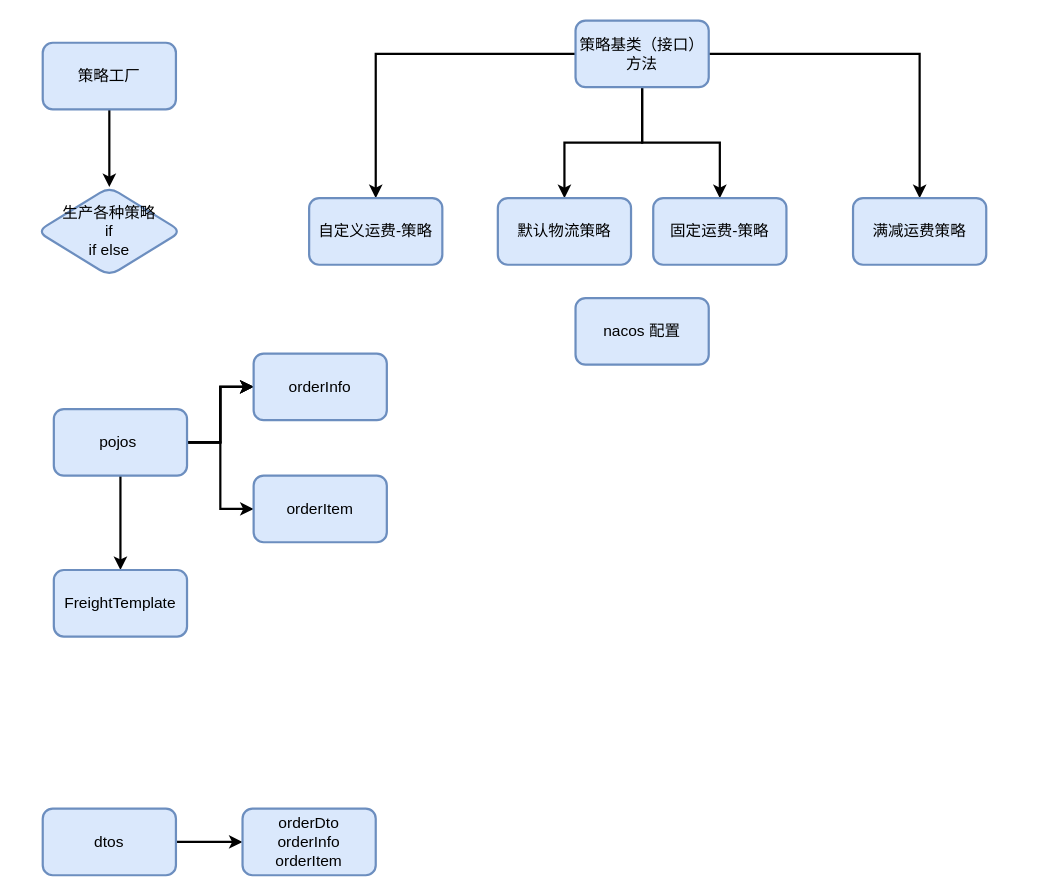
The draw.io diagram study_workplace/物流业务工厂+策略流程图.drawio in guoxinchen2g/HelloWrold, before the edit. Source tidied: cells renumbered, new cells numbered last; positions are measured from the earlier drawing's top-left corner, leaving out a move shared by most shapes. Both pictures are drawn from the tidied source at 111%, with x=0, y=0 at pixel (37, 20).
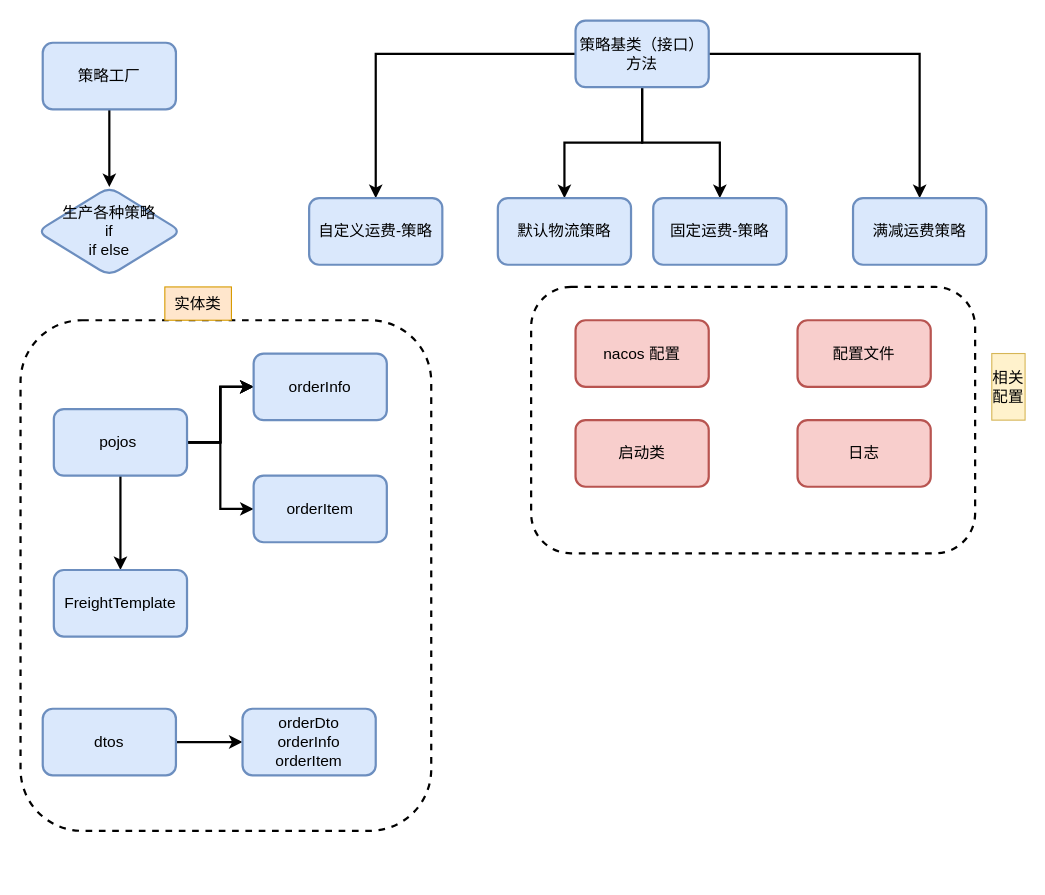
After the change.

Commit message (it also covers changes not shown here):
更新物流业务工厂+策略流程图.drawio

Diff of the diagram source:
```diff
@@
     <mxCell id="23" value="dtos" style="rounded=1;whiteSpace=wrap;html=1;strokeWidth=2;fontSize=14;fillColor=#dae8fc;strokeColor=#6c8ebf;" parent="1" vertex="1">
-      <mxGeometry x="5" y="710" width="120" height="60" as="geometry" />
+      <mxGeometry x="5" y="620" width="120" height="60" as="geometry" />
     </mxCell>
     <mxCell id="24" value="orderDto&lt;br&gt;orderInfo&lt;br&gt;orderItem" style="rounded=1;whiteSpace=wrap;html=1;strokeWidth=2;fontSize=14;fillColor=#dae8fc;strokeColor=#6c8ebf;" parent="1" vertex="1">
-      <mxGeometry x="185" y="710" width="120" height="60" as="geometry" />
+      <mxGeometry x="185" y="620" width="120" height="60" as="geometry" />
     </mxCell>
-    <mxCell id="25" value="nacos 配置" style="rounded=1;whiteSpace=wrap;html=1;strokeWidth=2;fontSize=14;fillColor=#dae8fc;strokeColor=#6c8ebf;" parent="1" vertex="1">
-      <mxGeometry x="485" y="250" width="120" height="60" as="geometry" />
+    <mxCell id="25" value="nacos 配置" style="rounded=1;whiteSpace=wrap;html=1;strokeWidth=2;fontSize=14;fillColor=#f8cecc;strokeColor=#b85450;" parent="1" vertex="1">
+      <mxGeometry x="485" y="270" width="120" height="60" as="geometry" />
     </mxCell>
@@
+    <mxCell id="27" value="启动类" style="rounded=1;whiteSpace=wrap;html=1;strokeWidth=2;fontSize=14;fillColor=#f8cecc;strokeColor=#b85450;" parent="1" vertex="1">
+      <mxGeometry x="485" y="360" width="120" height="60" as="geometry" />
+    </mxCell>
+    <mxCell id="28" value="配置文件" style="rounded=1;whiteSpace=wrap;html=1;strokeWidth=2;fontSize=14;fillColor=#f8cecc;strokeColor=#b85450;" parent="1" vertex="1">
+      <mxGeometry x="685" y="270" width="120" height="60" as="geometry" />
+    </mxCell>
+    <mxCell id="29" value="日志" style="rounded=1;whiteSpace=wrap;html=1;strokeWidth=2;fontSize=14;fillColor=#f8cecc;strokeColor=#b85450;" parent="1" vertex="1">
+      <mxGeometry x="685" y="360" width="120" height="60" as="geometry" />
+    </mxCell>
+    <mxCell id="30" style="rounded=1;whiteSpace=wrap;html=1;fontSize=14;strokeWidth=2;fillColor=none;dashed=1;" parent="1" vertex="1">
+      <mxGeometry x="-15" y="270" width="370" height="460" as="geometry" />
+    </mxCell>
+    <mxCell id="31" value="实体类" style="text;html=1;strokeColor=#d79b00;fillColor=#ffe6cc;align=center;verticalAlign=middle;whiteSpace=wrap;rounded=0;fontSize=14;" parent="1" vertex="1">
+      <mxGeometry x="115" y="240" width="60" height="30" as="geometry" />
+    </mxCell>
+    <mxCell id="32" style="rounded=1;whiteSpace=wrap;html=1;fontSize=14;strokeWidth=2;fillColor=none;dashed=1;" parent="1" vertex="1">
+      <mxGeometry x="445" y="240" width="400" height="240" as="geometry" />
+    </mxCell>
+    <mxCell id="33" value="相关配置" style="text;html=1;strokeColor=#d6b656;fillColor=#fff2cc;align=center;verticalAlign=middle;whiteSpace=wrap;rounded=0;fontSize=14;rotation=90;horizontal=0;" parent="1" vertex="1">
+      <mxGeometry x="845" y="315" width="60" height="30" as="geometry" />
+    </mxCell>
```
